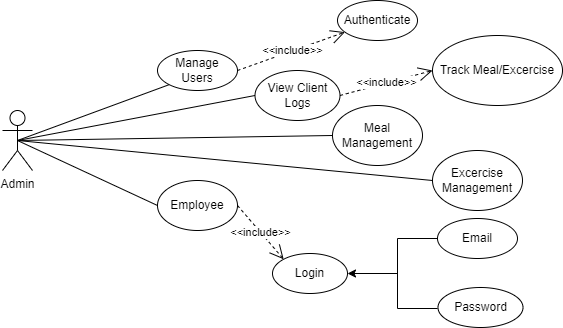
The draw.io diagram AdminUseCase.drawio.png in kaisunoo/Acads, before a commit. Source tidied: cells renumbered, new cells last; positions are measured from the earlier drawing's top-left corner, leaving out a move shared by most shapes.
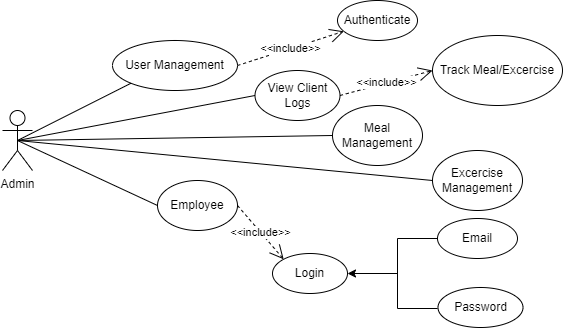
The same diagram one commit later.

Change to the diagram source:
```diff
@@ -11,8 +11,8 @@
     <mxCell id="4" value="Meal Management" style="ellipse;whiteSpace=wrap;html=1;" parent="1" vertex="1">
       <mxGeometry x="330" y="105" width="90" height="60" as="geometry" />
     </mxCell>
-    <mxCell id="5" value="Manage Users" style="ellipse;whiteSpace=wrap;html=1;" parent="1" vertex="1">
-      <mxGeometry x="155" y="50" width="80" height="40" as="geometry" />
+    <mxCell id="5" value="User Management" style="ellipse;whiteSpace=wrap;html=1;" parent="1" vertex="1">
+      <mxGeometry x="110" y="40" width="125" height="50" as="geometry" />
     </mxCell>
     <mxCell id="6" value="Authenticate" style="ellipse;whiteSpace=wrap;html=1;" parent="1" vertex="1">
       <mxGeometry x="335" width="80" height="40" as="geometry" />
```
